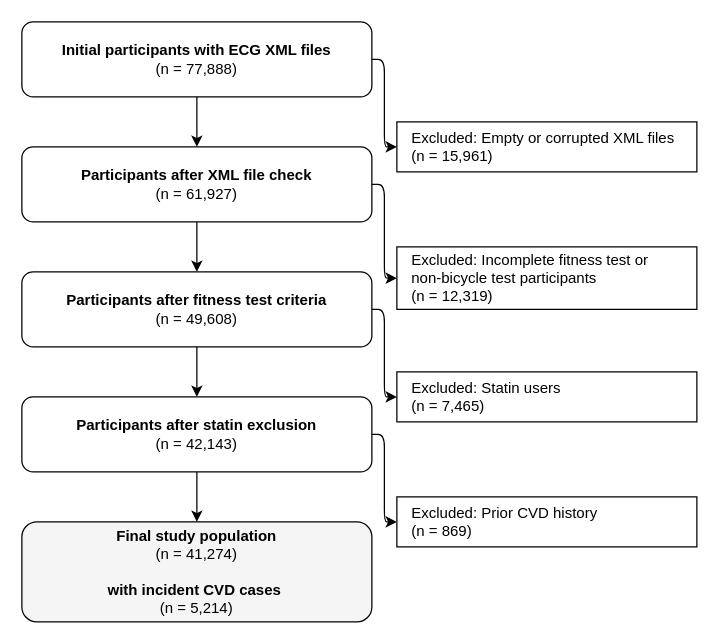
This is src/paper_writing/flow_diagram.drawio from YuukiAS/Master_Capstone, a draw.io file, before an edit. Source tidied: cells renumbered, new cells numbered last; positions are measured from the earlier drawing's top-left corner, leaving out a move shared by most shapes. Both pictures are drawn from the tidied source at 125%, with x=0, y=0 at pixel (21, 21).
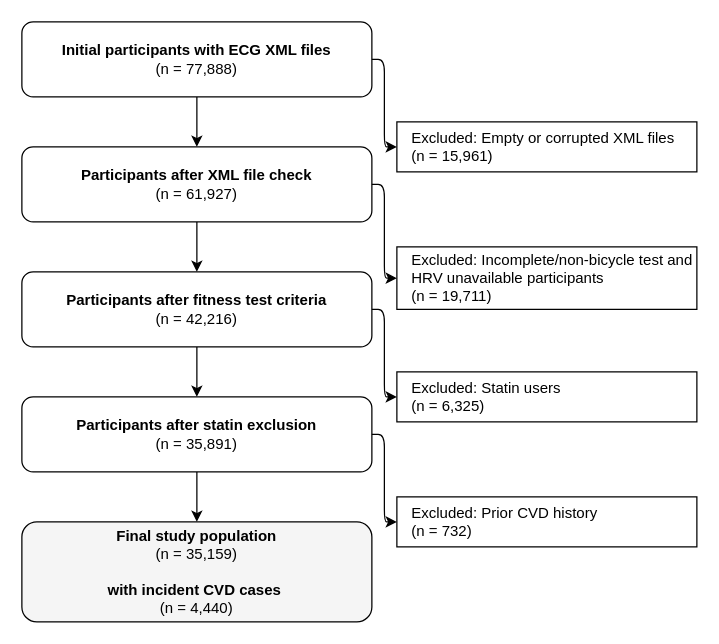
The same diagram, later.

Diff of the diagram source:
```diff
@@
 <mxGraphModel>
   <root>
     <mxCell id="0" />
     <mxCell id="1" parent="0" />
     <mxCell id="2" value="&lt;b&gt;Initial participants with ECG XML files&lt;br&gt;&lt;/b&gt;(n = 77,888)" style="rounded=1;whiteSpace=wrap;html=1;" parent="1" vertex="1">
       <mxGeometry width="280" height="60" as="geometry" />
     </mxCell>
     <mxCell id="3" value="Excluded: Empty or corrupted XML files&#10;(n = 15,961)" style="rounded=0;whiteSpace=wrap;html=1;align=left;spacingLeft=10;" parent="1" vertex="1">
       <mxGeometry x="300" y="80" width="240" height="40" as="geometry" />
     </mxCell>
     <mxCell id="4" style="endArrow=classic;html=1;exitX=0.5;exitY=1;entryX=0.5;entryY=0;" parent="1" edge="1" source="2" target="5">
       <mxGeometry relative="1" as="geometry" />
     </mxCell>
     <mxCell id="5" value="&lt;b&gt;Participants after XML file check&lt;br&gt;&lt;/b&gt;(n = 61,927)" style="rounded=1;whiteSpace=wrap;html=1;" parent="1" vertex="1">
       <mxGeometry y="100" width="280" height="60" as="geometry" />
     </mxCell>
-    <mxCell id="6" value="Excluded: Incomplete fitness test or&#10;non-bicycle test participants&#10;(n = 12,319)" style="rounded=0;whiteSpace=wrap;html=1;align=left;spacingLeft=10;" parent="1" vertex="1">
+    <mxCell id="6" value="Excluded: Incomplete/non-bicycle test and HRV unavailable participants&lt;br&gt;(n = 19,711)" style="rounded=0;whiteSpace=wrap;html=1;align=left;spacingLeft=10;" parent="1" vertex="1">
       <mxGeometry x="300" y="180" width="240" height="50" as="geometry" />
     </mxCell>
     <mxCell id="7" style="endArrow=classic;html=1;exitX=0.5;exitY=1;" parent="1" edge="1" source="5" target="8">
       <mxGeometry relative="1" as="geometry" />
     </mxCell>
-    <mxCell id="8" value="&lt;b&gt;Participants after fitness test criteria&lt;/b&gt;&lt;br&gt;(n = 49,608)" style="rounded=1;whiteSpace=wrap;html=1;" parent="1" vertex="1">
+    <mxCell id="8" value="&lt;b&gt;Participants after fitness test criteria&lt;/b&gt;&lt;br&gt;(n = 42,216)" style="rounded=1;whiteSpace=wrap;html=1;" parent="1" vertex="1">
       <mxGeometry y="200" width="280" height="60" as="geometry" />
     </mxCell>
-    <mxCell id="9" value="Excluded: Statin users&#10;(n = 7,465)" style="rounded=0;whiteSpace=wrap;html=1;align=left;spacingLeft=10;" parent="1" vertex="1">
+    <mxCell id="9" value="Excluded: Statin users&lt;br&gt;(n = 6,325)" style="rounded=0;whiteSpace=wrap;html=1;align=left;spacingLeft=10;" parent="1" vertex="1">
       <mxGeometry x="300" y="280" width="240" height="40" as="geometry" />
     </mxCell>
     <mxCell id="10" style="endArrow=classic;html=1;exitX=0.5;exitY=1;" parent="1" edge="1" source="8" target="11">
       <mxGeometry relative="1" as="geometry" />
     </mxCell>
-    <mxCell id="11" value="&lt;b&gt;Participants after statin exclusion&lt;/b&gt;&lt;br&gt;(n = 42,143)" style="rounded=1;whiteSpace=wrap;html=1;" parent="1" vertex="1">
+    <mxCell id="11" value="&lt;b&gt;Participants after statin exclusion&lt;/b&gt;&lt;br&gt;(n = 35,891)" style="rounded=1;whiteSpace=wrap;html=1;" parent="1" vertex="1">
       <mxGeometry y="300" width="280" height="60" as="geometry" />
     </mxCell>
-    <mxCell id="12" value="Excluded: Prior CVD history&#10;(n = 869)" style="rounded=0;whiteSpace=wrap;html=1;align=left;spacingLeft=10;" parent="1" vertex="1">
+    <mxCell id="12" value="Excluded: Prior CVD history&lt;br&gt;(n = 732)" style="rounded=0;whiteSpace=wrap;html=1;align=left;spacingLeft=10;" parent="1" vertex="1">
       <mxGeometry x="300" y="380" width="240" height="40" as="geometry" />
     </mxCell>
     <mxCell id="13" style="endArrow=classic;html=1;exitX=0.5;exitY=1;" parent="1" edge="1" source="11" target="14">
       <mxGeometry relative="1" as="geometry" />
     </mxCell>
-    <mxCell id="14" value="&lt;b&gt;Final study population&lt;/b&gt;&lt;br&gt;(n = 41,274)&lt;br&gt;&lt;br&gt;&lt;b&gt;with incident CVD cases&lt;/b&gt;&amp;nbsp;&lt;div&gt;&lt;span style=&quot;color: rgb(0, 0, 0);&quot;&gt;(n = 5,214)&lt;/span&gt;&lt;/div&gt;" style="rounded=1;whiteSpace=wrap;html=1;fillColor=#f5f5f5;" parent="1" vertex="1">
+    <mxCell id="14" value="&lt;b&gt;Final study population&lt;/b&gt;&lt;br&gt;(n = 35,159)&lt;br&gt;&lt;br&gt;&lt;b&gt;with incident CVD cases&lt;/b&gt;&amp;nbsp;&lt;div&gt;&lt;span style=&quot;color: rgb(0, 0, 0);&quot;&gt;(n = 4,440)&lt;/span&gt;&lt;/div&gt;" style="rounded=1;whiteSpace=wrap;html=1;fillColor=#f5f5f5;" parent="1" vertex="1">
       <mxGeometry y="400" width="280" height="80" as="geometry" />
     </mxCell>
     <mxCell id="15" style="endArrow=classic;html=1;exitX=1;exitY=0.5;entryX=0;entryY=0.5;edgeStyle=orthogonalEdgeStyle;" parent="1" edge="1" source="2" target="3">
       <mxGeometry relative="1" as="geometry" />
     </mxCell>
     <mxCell id="16" style="endArrow=classic;html=1;exitX=1;exitY=0.5;entryX=0;entryY=0.5;edgeStyle=orthogonalEdgeStyle;" parent="1" edge="1" source="5" target="6">
       <mxGeometry relative="1" as="geometry" />
     </mxCell>
     <mxCell id="17" style="endArrow=classic;html=1;exitX=1;exitY=0.5;entryX=0;entryY=0.5;edgeStyle=orthogonalEdgeStyle;" parent="1" edge="1" source="8" target="9">
       <mxGeometry relative="1" as="geometry" />
     </mxCell>
     <mxCell id="18" style="endArrow=classic;html=1;exitX=1;exitY=0.5;entryX=0;entryY=0.5;edgeStyle=orthogonalEdgeStyle;" parent="1" edge="1" source="11" target="12">
       <mxGeometry relative="1" as="geometry" />
     </mxCell>
   </root>
 </mxGraphModel>
```
